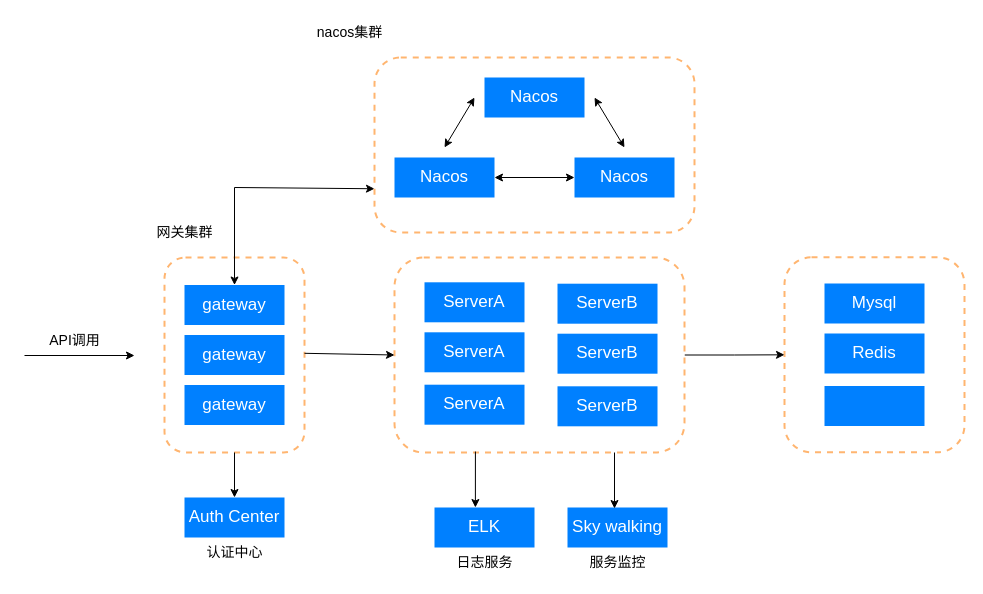
Before: 工装/工作架构设计.drawio in DemonHan/KuickBuy, a draw.io diagram. Source tidied: cells renumbered, new cells numbered last; positions are measured from the earlier drawing's top-left corner, leaving out a move shared by most shapes. Both pictures are drawn from the tidied source at 100%, with x=0, y=0 at pixel (24, 17).
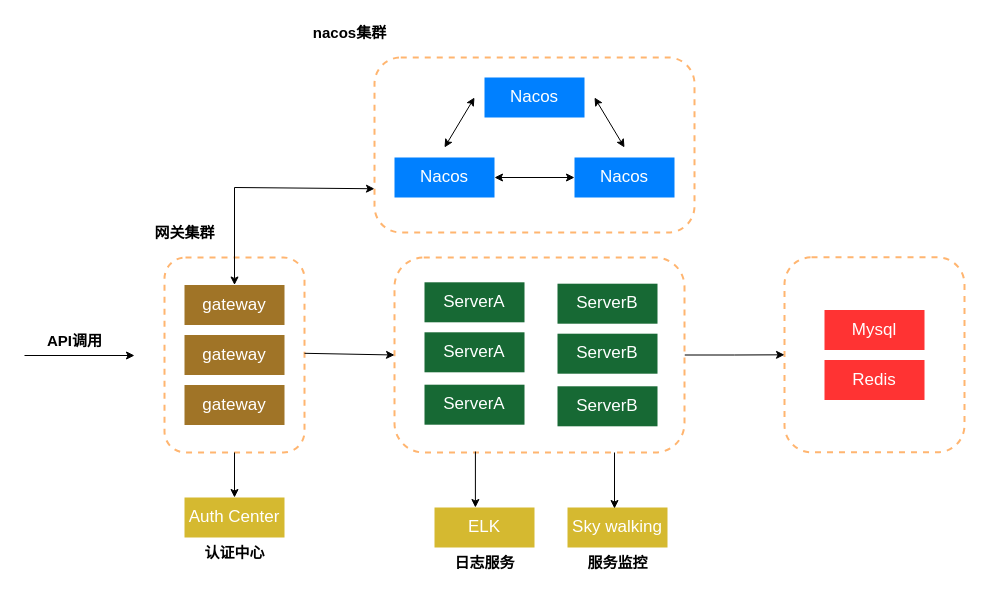
The same page after the edit.

Commit message (it also covers changes not shown here):
更新工作架构设计.drawio

The change refers to these unchanged cells:
```xml
<mxCell id="3" style="group;" parent="1" vertex="1">
  <mxGeometry x="140" y="240" width="140" height="195" as="geometry" />
</mxCell>
```

What changed in the source:
```diff
@@
-    <mxCell id="5" value="&lt;font color=&quot;#ffffff&quot;&gt;gateway&lt;/font&gt;" style="rounded=0;whiteSpace=wrap;html=1;fillColor=#0080ff;fontSize=17;strokeColor=none;" parent="3" vertex="1">
+    <mxCell id="5" value="&lt;font color=&quot;#ffffff&quot;&gt;gateway&lt;/font&gt;" style="rounded=0;whiteSpace=wrap;html=1;fillColor=#a07427;fontSize=17;strokeColor=none;" parent="3" vertex="1">
       <mxGeometry x="20" y="27.5" width="100" height="40" as="geometry" />
     </mxCell>
-    <mxCell id="6" value="&lt;font color=&quot;#ffffff&quot;&gt;gateway&lt;/font&gt;" style="rounded=0;whiteSpace=wrap;html=1;fillColor=#0080ff;fontSize=17;strokeColor=none;" parent="3" vertex="1">
+    <mxCell id="6" value="&lt;font color=&quot;#ffffff&quot;&gt;gateway&lt;/font&gt;" style="rounded=0;whiteSpace=wrap;html=1;fillColor=#a07427;fontSize=17;strokeColor=none;" parent="3" vertex="1">
       <mxGeometry x="20" y="77.5" width="100" height="40" as="geometry" />
     </mxCell>
-    <mxCell id="7" value="&lt;font color=&quot;#ffffff&quot;&gt;gateway&lt;/font&gt;" style="rounded=0;whiteSpace=wrap;html=1;fillColor=#0080ff;fontSize=17;strokeColor=none;" parent="3" vertex="1">
+    <mxCell id="7" value="&lt;font color=&quot;#ffffff&quot;&gt;gateway&lt;/font&gt;" style="rounded=0;whiteSpace=wrap;html=1;fillColor=#a07427;fontSize=17;strokeColor=none;" parent="3" vertex="1">
       <mxGeometry x="20" y="127.5" width="100" height="40" as="geometry" />
     </mxCell>
@@
-    <mxCell id="10" value="API调用" style="text;html=1;align=center;verticalAlign=middle;strokeColor=none;fillColor=none;strokeWidth=3;fontSize=14;" parent="1" vertex="1">
-      <mxGeometry x="15" y="308" width="70" height="30" as="geometry" />
+    <mxCell id="10" value="API调用" style="text;html=1;align=center;verticalAlign=middle;strokeColor=none;fillColor=none;strokeWidth=3;fontSize=15;fontStyle=1;" parent="1" vertex="1">
+      <mxGeometry x="10" y="308" width="80" height="30" as="geometry" />
     </mxCell>
-    <mxCell id="11" value="网关集群" style="text;html=1;align=center;verticalAlign=middle;strokeColor=none;fillColor=none;strokeWidth=3;fontSize=14;" parent="1" vertex="1">
+    <mxCell id="11" value="网关集群" style="text;html=1;align=center;verticalAlign=middle;strokeColor=none;fillColor=none;strokeWidth=3;fontSize=15;fontStyle=1;" parent="1" vertex="1">
       <mxGeometry x="120" y="200" width="80" height="30" as="geometry" />
     </mxCell>
-    <mxCell id="12" value="nacos集群" style="text;html=1;align=center;verticalAlign=middle;strokeColor=none;fillColor=none;strokeWidth=3;fontSize=14;" parent="1" vertex="1">
-      <mxGeometry x="280" width="90" height="30" as="geometry" />
+    <mxCell id="12" value="nacos集群" style="text;html=1;align=center;verticalAlign=middle;strokeColor=none;fillColor=none;strokeWidth=3;fontSize=15;fontStyle=1;" parent="1" vertex="1">
+      <mxGeometry x="275" width="100" height="30" as="geometry" />
     </mxCell>
@@
-    <mxCell id="15" value="&lt;font color=&quot;#ffffff&quot;&gt;ServerA&lt;/font&gt;" style="rounded=0;whiteSpace=wrap;html=1;fillColor=#0080ff;fontSize=17;strokeColor=none;" parent="1" vertex="1">
+    <mxCell id="15" value="&lt;font color=&quot;#ffffff&quot;&gt;ServerA&lt;/font&gt;" style="rounded=0;whiteSpace=wrap;html=1;fillColor=#176934;fontSize=17;strokeColor=none;" parent="1" vertex="1">
       <mxGeometry x="400" y="264.8" width="100" height="40" as="geometry" />
     </mxCell>
-    <mxCell id="16" value="&lt;font color=&quot;#ffffff&quot;&gt;ServerA&lt;/font&gt;" style="rounded=0;whiteSpace=wrap;html=1;fillColor=#0080ff;fontSize=17;strokeColor=none;" parent="1" vertex="1">
+    <mxCell id="16" value="&lt;font color=&quot;#ffffff&quot;&gt;ServerA&lt;/font&gt;" style="rounded=0;whiteSpace=wrap;html=1;fillColor=#176934;fontSize=17;strokeColor=none;" parent="1" vertex="1">
       <mxGeometry x="400" y="314.8" width="100" height="40" as="geometry" />
     </mxCell>
-    <mxCell id="17" value="&lt;font color=&quot;#ffffff&quot;&gt;ServerA&lt;/font&gt;" style="rounded=0;whiteSpace=wrap;html=1;fillColor=#0080ff;fontSize=17;strokeColor=none;" parent="1" vertex="1">
+    <mxCell id="17" value="&lt;font color=&quot;#ffffff&quot;&gt;ServerA&lt;/font&gt;" style="rounded=0;whiteSpace=wrap;html=1;fillColor=#176934;fontSize=17;strokeColor=none;" parent="1" vertex="1">
       <mxGeometry x="400" y="367.2" width="100" height="40" as="geometry" />
     </mxCell>
@@
-    <mxCell id="27" value="&lt;font color=&quot;#ffffff&quot;&gt;Auth Center&lt;/font&gt;" style="rounded=0;whiteSpace=wrap;html=1;fillColor=#0080ff;fontSize=17;strokeColor=none;" parent="1" vertex="1">
+    <mxCell id="27" value="&lt;font color=&quot;#ffffff&quot;&gt;Auth Center&lt;/font&gt;" style="rounded=0;whiteSpace=wrap;html=1;fillColor=#d5b930;fontSize=17;strokeColor=none;" parent="1" vertex="1">
       <mxGeometry x="160" y="480" width="100" height="40" as="geometry" />
     </mxCell>
@@
-    <mxCell id="29" value="认证中心" style="text;html=1;align=center;verticalAlign=middle;strokeColor=none;fillColor=none;strokeWidth=3;fontSize=14;" parent="1" vertex="1">
+    <mxCell id="29" value="认证中心" style="text;html=1;align=center;verticalAlign=middle;strokeColor=none;fillColor=none;strokeWidth=3;fontSize=15;fontStyle=1;" parent="1" vertex="1">
       <mxGeometry x="170" y="520" width="80" height="30" as="geometry" />
     </mxCell>
-    <mxCell id="30" value="&lt;font color=&quot;#ffffff&quot;&gt;ELK&lt;/font&gt;" style="rounded=0;whiteSpace=wrap;html=1;fillColor=#0080ff;fontSize=17;strokeColor=none;" parent="1" vertex="1">
+    <mxCell id="30" value="&lt;font color=&quot;#ffffff&quot;&gt;ELK&lt;/font&gt;" style="rounded=0;whiteSpace=wrap;html=1;fillColor=#d5b930;fontSize=17;strokeColor=none;" parent="1" vertex="1">
       <mxGeometry x="410" y="490" width="100" height="40" as="geometry" />
     </mxCell>
@@
-    <mxCell id="32" value="日志服务" style="text;html=1;align=center;verticalAlign=middle;strokeColor=none;fillColor=none;strokeWidth=3;fontSize=14;" parent="1" vertex="1">
+    <mxCell id="32" value="日志服务" style="text;html=1;align=center;verticalAlign=middle;strokeColor=none;fillColor=none;strokeWidth=3;fontSize=15;fontStyle=1;" parent="1" vertex="1">
       <mxGeometry x="420" y="530" width="80" height="30" as="geometry" />
     </mxCell>
-    <mxCell id="33" value="&lt;font color=&quot;#ffffff&quot;&gt;Sky&amp;nbsp;walking&lt;/font&gt;" style="rounded=0;whiteSpace=wrap;html=1;fillColor=#0080ff;fontSize=17;strokeColor=none;" parent="1" vertex="1">
+    <mxCell id="33" value="&lt;font color=&quot;#ffffff&quot;&gt;Sky&amp;nbsp;walking&lt;/font&gt;" style="rounded=0;whiteSpace=wrap;html=1;fillColor=#d5b930;fontSize=17;strokeColor=none;" parent="1" vertex="1">
       <mxGeometry x="543" y="490" width="100" height="40" as="geometry" />
     </mxCell>
@@
-    <mxCell id="35" value="服务监控" style="text;html=1;align=center;verticalAlign=middle;strokeColor=none;fillColor=none;strokeWidth=3;fontSize=14;" parent="1" vertex="1">
+    <mxCell id="35" value="服务监控" style="text;html=1;align=center;verticalAlign=middle;strokeColor=none;fillColor=none;strokeWidth=3;fontSize=15;fontStyle=1;" parent="1" vertex="1">
       <mxGeometry x="553" y="530" width="80" height="30" as="geometry" />
     </mxCell>
-    <mxCell id="36" value="&lt;font color=&quot;#ffffff&quot;&gt;Mysql&lt;/font&gt;" style="rounded=0;whiteSpace=wrap;html=1;fillColor=#0080ff;fontSize=17;strokeColor=none;" parent="1" vertex="1">
-      <mxGeometry x="800" y="266" width="100" height="40" as="geometry" />
+    <mxCell id="36" value="&lt;font color=&quot;#ffffff&quot;&gt;Mysql&lt;/font&gt;" style="rounded=0;whiteSpace=wrap;html=1;fillColor=#FF3333;fontSize=17;strokeColor=none;" parent="1" vertex="1">
+      <mxGeometry x="800" y="292.5" width="100" height="40" as="geometry" />
     </mxCell>
-    <mxCell id="37" value="&lt;font color=&quot;#ffffff&quot;&gt;Redis&lt;/font&gt;" style="rounded=0;whiteSpace=wrap;html=1;fillColor=#0080ff;fontSize=17;strokeColor=none;" parent="1" vertex="1">
-      <mxGeometry x="800" y="316" width="100" height="40" as="geometry" />
+    <mxCell id="37" value="&lt;font color=&quot;#ffffff&quot;&gt;Redis&lt;/font&gt;" style="rounded=0;whiteSpace=wrap;html=1;fillColor=#FF3333;fontSize=17;strokeColor=none;" parent="1" vertex="1">
+      <mxGeometry x="800" y="342.5" width="100" height="40" as="geometry" />
     </mxCell>
-    <mxCell id="38" style="rounded=0;whiteSpace=wrap;html=1;fillColor=#0080ff;fontSize=17;strokeColor=none;" parent="1" vertex="1">
-      <mxGeometry x="800" y="368.5" width="100" height="40" as="geometry" />
-    </mxCell>
-    <mxCell id="39" value="&lt;font color=&quot;#ffffff&quot;&gt;ServerB&lt;/font&gt;" style="rounded=0;whiteSpace=wrap;html=1;fillColor=#0080ff;fontSize=17;strokeColor=none;" parent="1" vertex="1">
+    <mxCell id="39" value="&lt;font color=&quot;#ffffff&quot;&gt;ServerB&lt;/font&gt;" style="rounded=0;whiteSpace=wrap;html=1;fillColor=#176934;fontSize=17;strokeColor=none;" parent="1" vertex="1">
       <mxGeometry x="533" y="266.2" width="100" height="40" as="geometry" />
     </mxCell>
-    <mxCell id="40" value="&lt;font color=&quot;#ffffff&quot;&gt;ServerB&lt;/font&gt;" style="rounded=0;whiteSpace=wrap;html=1;fillColor=#0080ff;fontSize=17;strokeColor=none;" parent="1" vertex="1">
+    <mxCell id="40" value="&lt;font color=&quot;#ffffff&quot;&gt;ServerB&lt;/font&gt;" style="rounded=0;whiteSpace=wrap;html=1;fillColor=#176934;fontSize=17;strokeColor=none;" parent="1" vertex="1">
       <mxGeometry x="533" y="316.2" width="100" height="40" as="geometry" />
     </mxCell>
-    <mxCell id="41" value="&lt;font color=&quot;#ffffff&quot;&gt;ServerB&lt;/font&gt;" style="rounded=0;whiteSpace=wrap;html=1;fillColor=#0080ff;fontSize=17;strokeColor=none;" parent="1" vertex="1">
+    <mxCell id="41" value="&lt;font color=&quot;#ffffff&quot;&gt;ServerB&lt;/font&gt;" style="rounded=0;whiteSpace=wrap;html=1;fillColor=#176934;fontSize=17;strokeColor=none;" parent="1" vertex="1">
       <mxGeometry x="533" y="368.8" width="100" height="40" as="geometry" />
     </mxCell>
```
